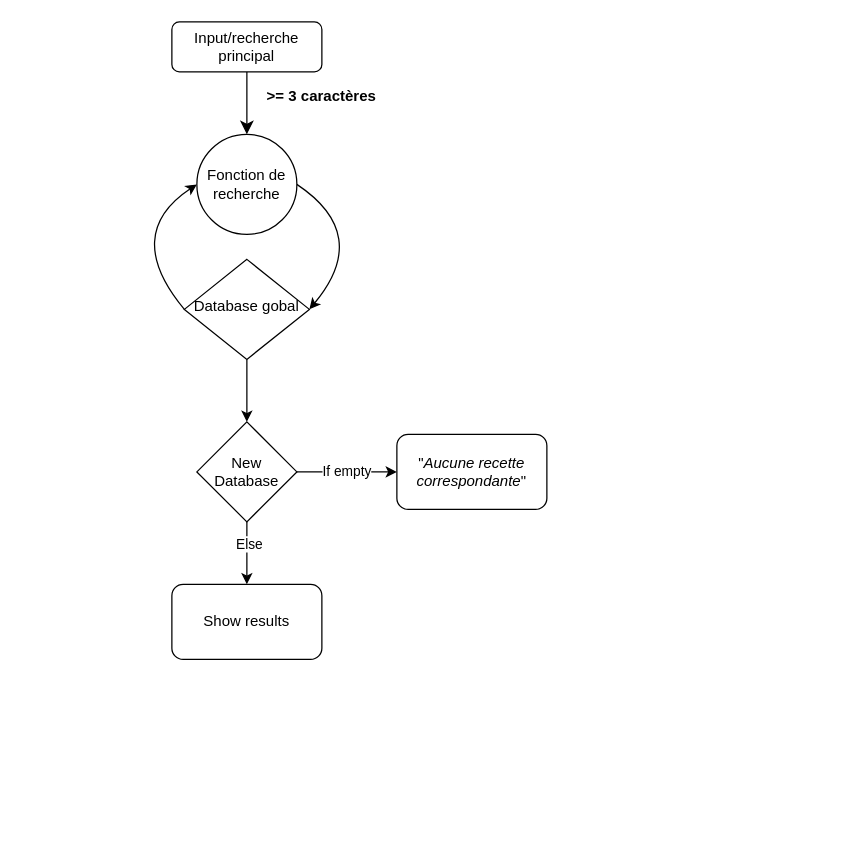
The draw.io diagram P7-P11-Search-Engin.drawio in Cadegan/P11-front-end-search-engine, before the edit. Source tidied: cells renumbered, new cells numbered last; positions are measured from the earlier drawing's top-left corner, leaving out a move shared by most shapes. Both pictures are drawn from the tidied source at 125%, with x=0, y=0 at pixel (121, 21).
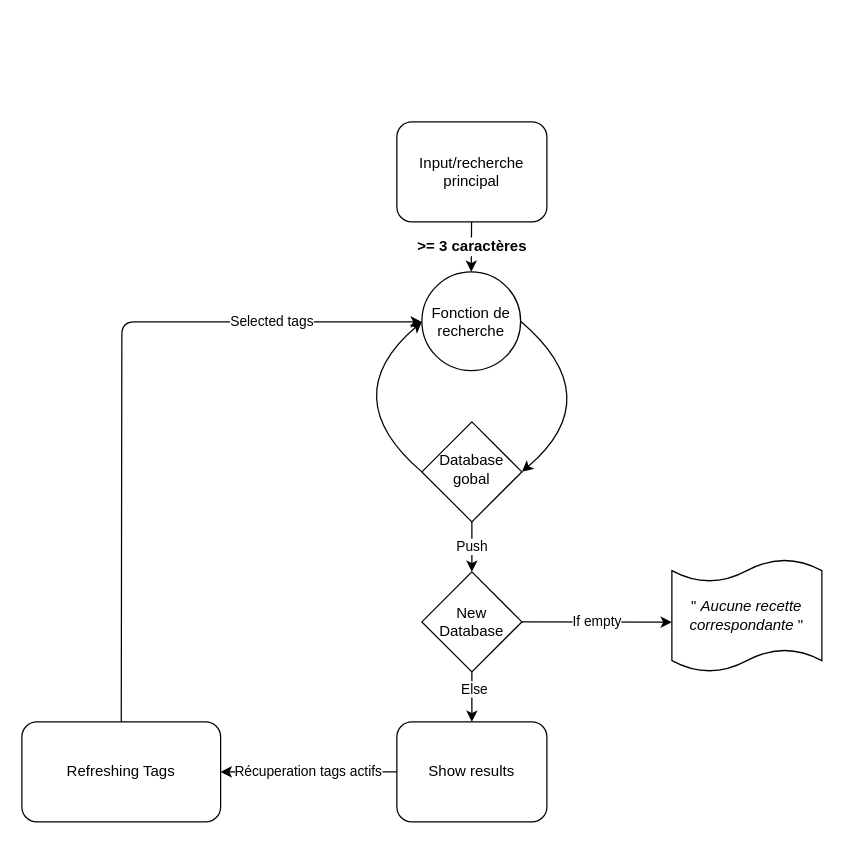
After the change.

The edit, as a diff of the source:
```diff
@@
-    <mxCell id="2" style="rounded=0;html=1;jettySize=auto;fontSize=11;endArrow=classic;endFill=1;endSize=8;strokeWidth=1;shadow=0;labelBackgroundColor=none;edgeStyle=orthogonalEdgeStyle;" parent="1" edge="1" source="3">
-      <mxGeometry relative="1" as="geometry">
-        <mxPoint x="100" y="90" as="targetPoint" />
-      </mxGeometry>
-    </mxCell>
+    <mxCell id="6" value="&lt;b style=&quot;font-size: 12px&quot;&gt;&amp;gt;= 3 caractères&lt;/b&gt;" style="edgeStyle=none;html=1;" parent="1" edge="1" source="3" target="7">
+      <mxGeometry relative="1" as="geometry" />
+    </mxCell>
     <mxCell id="3" value="Input/recherche principal" style="rounded=1;whiteSpace=wrap;html=1;fontSize=12;glass=0;strokeWidth=1;shadow=0;" parent="1" vertex="1">
-      <mxGeometry x="40" width="120" height="40" as="geometry" />
+      <mxGeometry x="220" y="80" width="120" height="80" as="geometry" />
     </mxCell>
-    <mxCell id="4" style="edgeStyle=orthogonalEdgeStyle;rounded=0;jettySize=auto;html=1;endArrow=classic;endFill=1;" parent="1" edge="1" source="5">
-      <mxGeometry relative="1" as="geometry">
-        <mxPoint x="100" y="320" as="targetPoint" />
-      </mxGeometry>
+    <mxCell id="4" value="Push" style="edgeStyle=orthogonalEdgeStyle;rounded=0;jettySize=auto;html=1;endArrow=classic;endFill=1;entryX=0.5;entryY=0;entryDx=0;entryDy=0;" parent="1" edge="1" source="5" target="14">
+      <mxGeometry relative="1" as="geometry" />
     </mxCell>
     <mxCell id="5" value="Database gobal" style="rhombus;whiteSpace=wrap;html=1;shadow=0;fontFamily=Helvetica;fontSize=12;align=center;strokeWidth=1;spacing=6;spacingTop=-4;" parent="1" vertex="1">
-      <mxGeometry x="50" y="190" width="100" height="80" as="geometry" />
+      <mxGeometry x="240" y="320" width="80" height="80" as="geometry" />
     </mxCell>
-    <mxCell id="6" value="&lt;b&gt;&amp;gt;= 3 caractères&lt;/b&gt;" style="text;html=1;strokeColor=none;fillColor=none;align=center;verticalAlign=middle;whiteSpace=wrap;rounded=0;" parent="1" vertex="1">
-      <mxGeometry x="110" y="50" width="100" height="20" as="geometry" />
-    </mxCell>
     <mxCell id="7" value="Fonction de recherche" style="ellipse;whiteSpace=wrap;html=1;" parent="1" vertex="1">
-      <mxGeometry x="60" y="90" width="80" height="80" as="geometry" />
+      <mxGeometry x="240" y="200" width="79" height="79" as="geometry" />
     </mxCell>
     <mxCell id="8" style="curved=1;endArrow=classic;html=1;rounded=0;exitX=0;exitY=0.5;exitDx=0;exitDy=0;" parent="1" edge="1" source="5">
       <mxGeometry relative="1" as="geometry">
-        <mxPoint x="60" y="130" as="targetPoint" />
+        <mxPoint x="240" y="240" as="targetPoint" />
         <Array as="points">
-          <mxPoint y="170" />
+          <mxPoint x="170" y="300" />
         </Array>
       </mxGeometry>
     </mxCell>
     <mxCell id="9" style="curved=1;endArrow=classic;html=1;rounded=0;entryX=1;entryY=0.5;entryDx=0;entryDy=0;exitX=1;exitY=0.5;exitDx=0;exitDy=0;" parent="1" edge="1" source="7" target="5">
       <mxGeometry relative="1" as="geometry">
         <Array as="points">
-          <mxPoint x="200" y="170" />
+          <mxPoint x="390" y="300" />
         </Array>
       </mxGeometry>
     </mxCell>
-    <mxCell id="10" value="If empty" style="edgeStyle=orthogonalEdgeStyle;rounded=0;jettySize=auto;html=1;endArrow=classic;endFill=1;exitX=1;exitY=0.5;exitDx=0;exitDy=0;" parent="1" edge="1" source="14" target="11">
-      <mxGeometry relative="1" as="geometry" />
-    </mxCell>
-    <mxCell id="11" value="&lt;div&gt;&quot;&lt;i&gt;Aucune recette correspondante&lt;/i&gt;&quot;&lt;br&gt;&lt;/div&gt;" style="rounded=1;whiteSpace=wrap;html=1;" parent="1" vertex="1">
-      <mxGeometry x="220" y="330" width="120" height="60" as="geometry" />
-    </mxCell>
@@
+    <mxCell id="16" value="Récuperation tags actifs" style="edgeStyle=none;html=1;exitX=0;exitY=0.5;exitDx=0;exitDy=0;" parent="1" edge="1" source="15" target="18">
+      <mxGeometry relative="1" as="geometry" />
+    </mxCell>
+    <mxCell id="10" value="If empty" style="edgeStyle=none;html=1;exitX=1;exitY=0.5;exitDx=0;exitDy=0;entryX=0;entryY=0.558;entryDx=0;entryDy=0;entryPerimeter=0;" parent="1" edge="1" source="14" target="11">
+      <mxGeometry relative="1" as="geometry" />
+    </mxCell>
     <mxCell id="14" value="New Database " style="rhombus;whiteSpace=wrap;html=1;" parent="1" vertex="1">
-      <mxGeometry x="60" y="320" width="80" height="80" as="geometry" />
+      <mxGeometry x="240" y="440" width="80" height="80" as="geometry" />
     </mxCell>
     <mxCell id="15" value="Show results" style="rounded=1;whiteSpace=wrap;html=1;" parent="1" vertex="1">
-      <mxGeometry x="40" y="450" width="120" height="60" as="geometry" />
+      <mxGeometry x="220" y="560" width="120" height="80" as="geometry" />
     </mxCell>
+    <mxCell id="17" value="&lt;div&gt;&lt;span style=&quot;font-size: 11px&quot;&gt;Selected tags&lt;/span&gt;&lt;/div&gt;" style="edgeStyle=none;html=1;exitX=0.5;exitY=0;exitDx=0;exitDy=0;" parent="1" edge="1" source="18">
+      <mxGeometry x="0.57" relative="1" as="geometry">
+        <mxPoint x="240" y="240" as="targetPoint" />
+        <Array as="points">
+          <mxPoint y="240" />
+        </Array>
+      </mxGeometry>
+    </mxCell>
+    <mxCell id="18" value="Refreshing Tags" style="rounded=1;whiteSpace=wrap;html=1;" parent="1" vertex="1">
+      <mxGeometry x="-80" y="560" width="159" height="80" as="geometry" />
+    </mxCell>
+    <mxCell id="11" value="&lt;span&gt;&quot;&amp;nbsp;&lt;/span&gt;&lt;i&gt;Aucune recette correspondante&amp;nbsp;&lt;/i&gt;&lt;span&gt;&quot;&lt;/span&gt;" style="shape=tape;whiteSpace=wrap;html=1;size=0.2;" parent="1" vertex="1">
+      <mxGeometry x="440" y="430" width="120" height="90" as="geometry" />
+    </mxCell>
```
